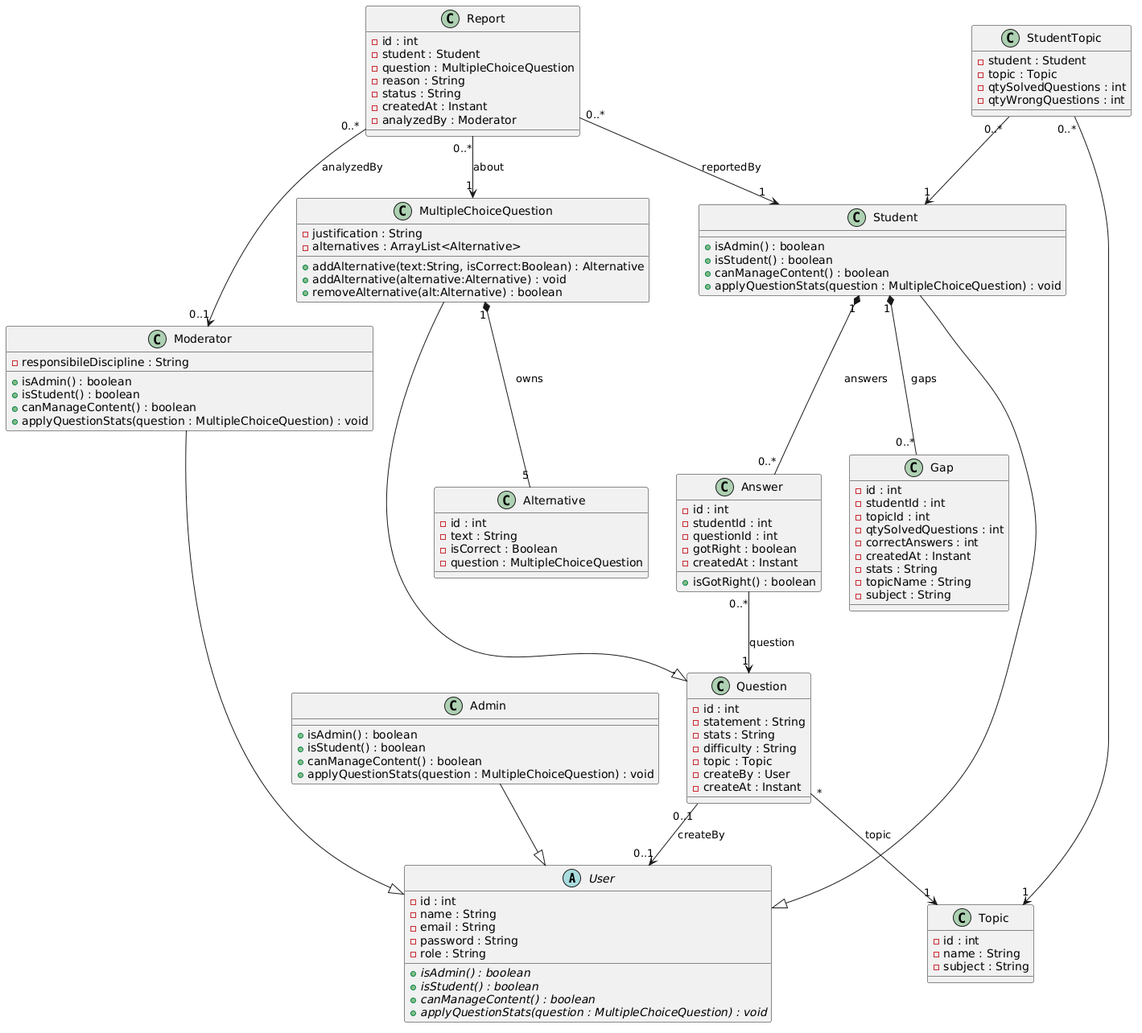
This is docs/diagrama de classe.png from geovanni-martins/KAIROS, a PlantUML export, as it was before one commit. Its diagram source:
```plantuml
@startuml

abstract class User {
    - id : int
    - name : String
    - email : String
    - password : String
    - role : String

    {abstract} + isAdmin() : boolean
    {abstract} + isStudent() : boolean
    {abstract} + canManageContent() : boolean
    {abstract} + applyQuestionStats(question : MultipleChoiceQuestion) : void
}

class Admin {
    + isAdmin() : boolean
    + isStudent() : boolean
    + canManageContent() : boolean
    + applyQuestionStats(question : MultipleChoiceQuestion) : void
}

class Moderator {
    - responsibileDiscipline : String

    + isAdmin() : boolean
    + isStudent() : boolean
    + canManageContent() : boolean
    + applyQuestionStats(question : MultipleChoiceQuestion) : void
}

class Student {
    + isAdmin() : boolean
    + isStudent() : boolean
    + canManageContent() : boolean
    + applyQuestionStats(question : MultipleChoiceQuestion) : void
}

class Topic {
    - id : int
    - name : String
    - subject : String
}

class Question {
    - id : int
    - statement : String
    - stats : String
    - difficulty : String
    - topic : Topic
    - createBy : User
    - createAt : Instant
}

class MultipleChoiceQuestion {
    - justification : String
    - alternatives : ArrayList<Alternative>

    + addAlternative(text:String, isCorrect:Boolean) : Alternative
    + addAlternative(alternative:Alternative) : void
    + removeAlternative(alt:Alternative) : boolean
}

class Alternative {
    - id : int
    - text : String
    - isCorrect : Boolean
    - question : MultipleChoiceQuestion
}

class StudentTopic {
    - student : Student
    - topic : Topic
    - qtySolvedQuestions : int
    - qtyWrongQuestions : int
}

class Answer {
    - id : int
    - studentId : int
    - questionId : int
    - gotRight : boolean
    - createdAt : Instant

    + isGotRight() : boolean
}

class Gap {
    - id : int
    - studentId : int
    - topicId : int
    - qtySolvedQuestions : int
    - correctAnswers : int
    - createdAt : Instant
    - stats : String
    - topicName : String
    - subject : String
}

class Report {
    - id : int
    - student : Student
    - question : MultipleChoiceQuestion
    - reason : String
    - status : String
    - createdAt : Instant
    - analyzedBy : Moderator
}


Admin --|> User
Moderator --|> User
Student --|> User
MultipleChoiceQuestion --|> Question


MultipleChoiceQuestion "1" *-- "5" Alternative : owns

Student "1" *-- "0..*" Gap : gaps

Student "1" *-- "0..*" Answer : answers

Answer "0..*" --> "1" Question : question

Question "*" --> "1" Topic : topic

Question "0..1" --> "0..1" User : createBy


Report "0..*" --> "1" Student : reportedBy
Report "0..*" --> "1" MultipleChoiceQuestion : about
Report "0..*" --> "0..1" Moderator : analyzedBy


StudentTopic "0..*" --> "1" Student
StudentTopic "0..*" --> "1" Topic
@enduml
```
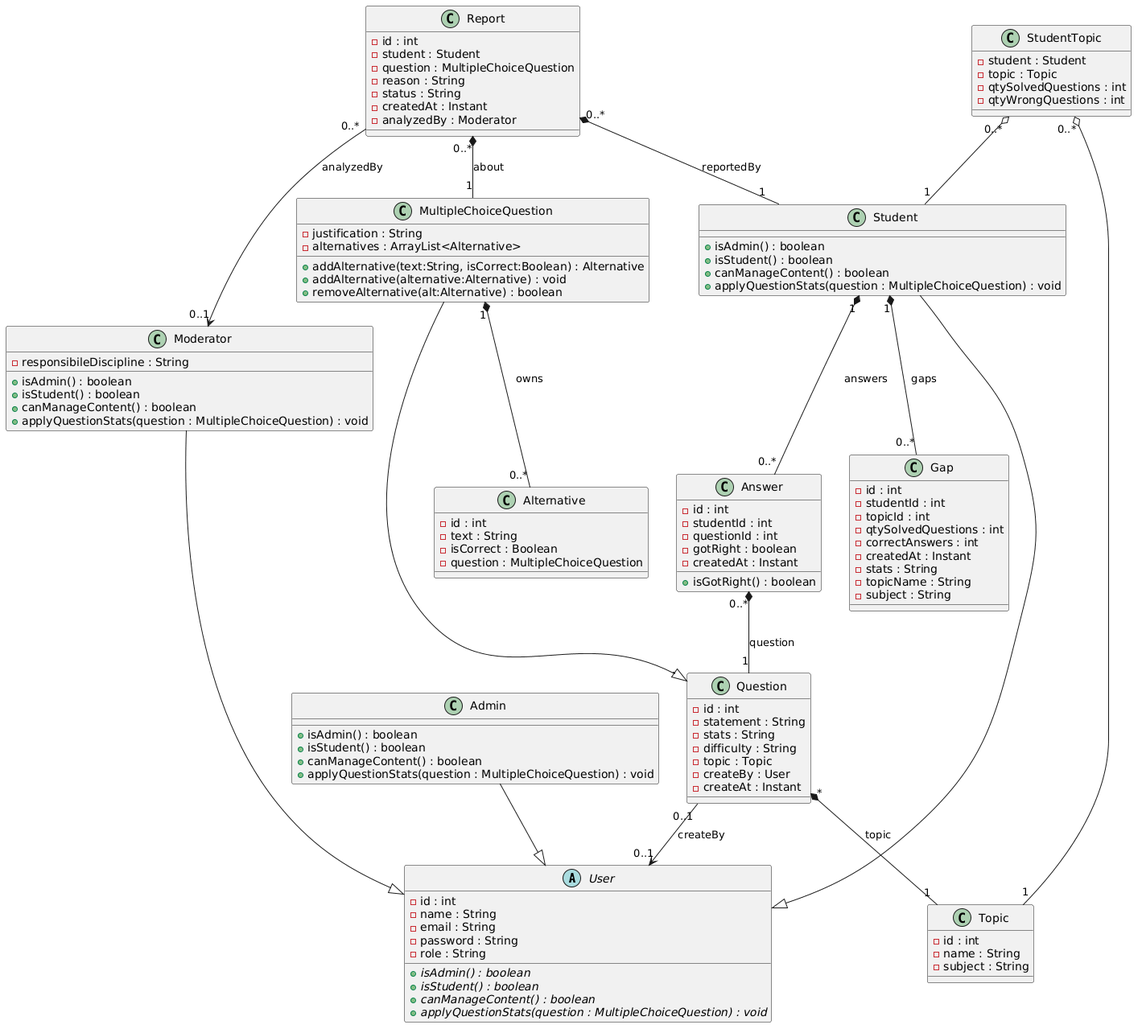
The same file after the commit.

What changed in the source:
```diff
@@ -114,24 +114,27 @@
 MultipleChoiceQuestion --|> Question
 
 
-MultipleChoiceQuestion "1" *-- "5" Alternative : owns
+MultipleChoiceQuestion "1" *-- "0..*" Alternative : owns
 
 Student "1" *-- "0..*" Gap : gaps
 
 Student "1" *-- "0..*" Answer : answers
 
-Answer "0..*" --> "1" Question : question
+Answer "0..*" *-- "1" Question : question
 
-Question "*" --> "1" Topic : topic
+Question "*" *-- "1" Topic : topic
 
 Question "0..1" --> "0..1" User : createBy
 
 
-Report "0..*" --> "1" Student : reportedBy
-Report "0..*" --> "1" MultipleChoiceQuestion : about
+Report "0..*" *-- "1" Student : reportedBy
+
+Report "0..*" *-- "1" MultipleChoiceQuestion : about
+
 Report "0..*" --> "0..1" Moderator : analyzedBy
 
 
-StudentTopic "0..*" --> "1" Student
-StudentTopic "0..*" --> "1" Topic
+StudentTopic "0..*" o-- "1" Student
+
+StudentTopic "0..*" o-- "1" Topic
 @enduml
```
